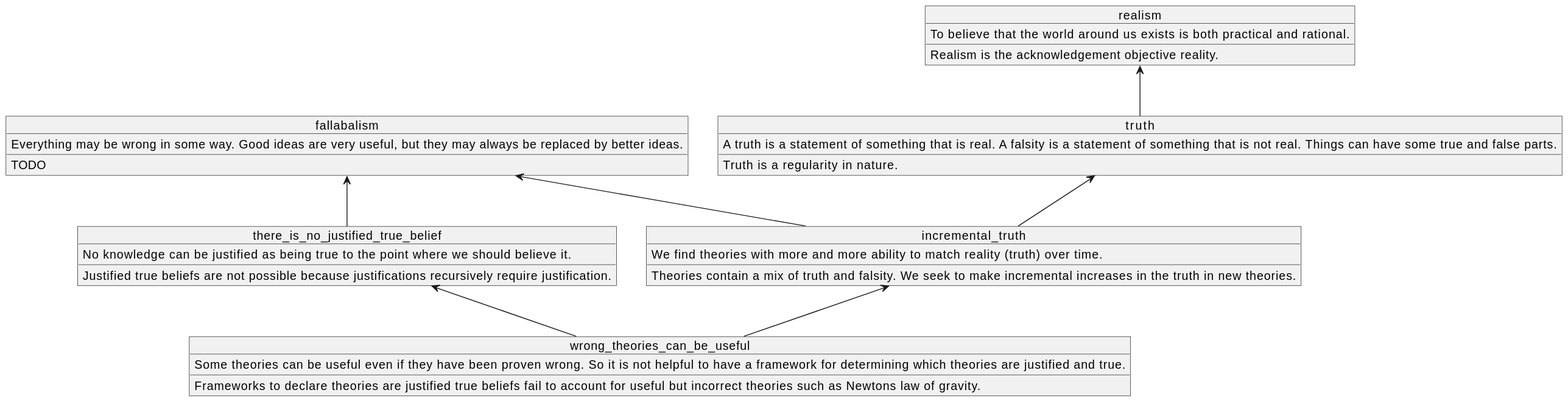
This is docs/assets/images_quick_boi/bolq_diagram_wrong_theories_can_be_useful/bolq_diagram_wrong_theories_can_be_useful.svg from ceramic-sf/ceramic-sf.github.io, a PlantUML export, as it was before one commit.
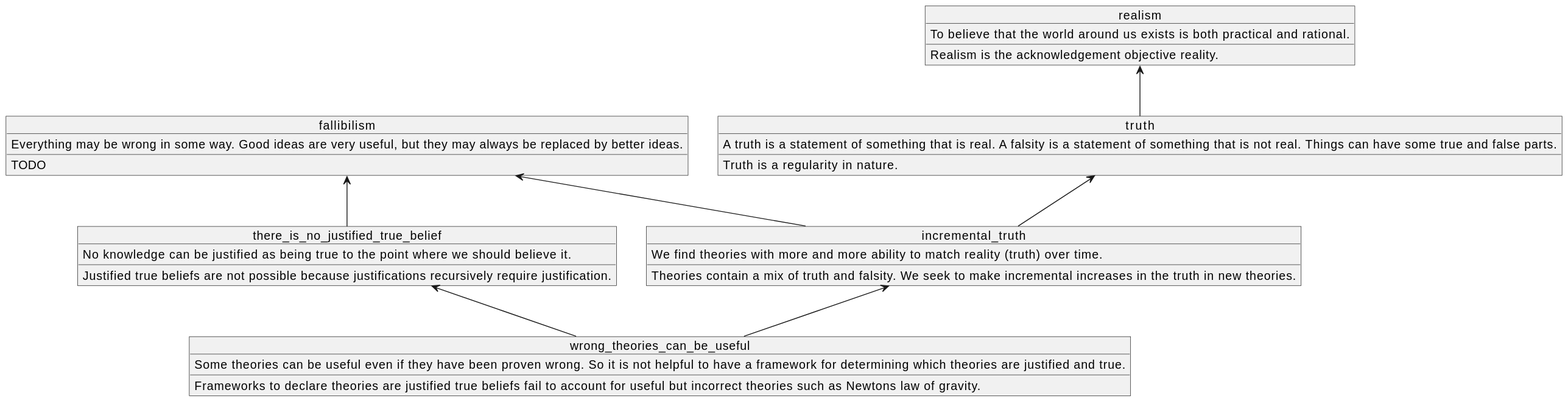
After the change.

What changed in the source:
```diff
@@ -13,7 +13,7 @@
 ____
 Justified true beliefs are not possible because justifications recursively require justification.
 }
-fallabalism <-- there_is_no_justified_true_belief
+fallibilism <-- there_is_no_justified_true_belief
 
 object incremental_truth {
 We find theories with more and more ability to match reality (truth) over time.
@@ -21,9 +21,9 @@
 Theories contain a mix of truth and falsity. We seek to make incremental increases in the truth in new theories.
 }
 truth <-- incremental_truth
-fallabalism <-- incremental_truth
+fallibilism <-- incremental_truth
 
-object fallabalism {
+object fallibilism {
 Everything may be wrong in some way. Good ideas are very useful, but they may always be replaced by better ideas.
 ____
 TODO
```
